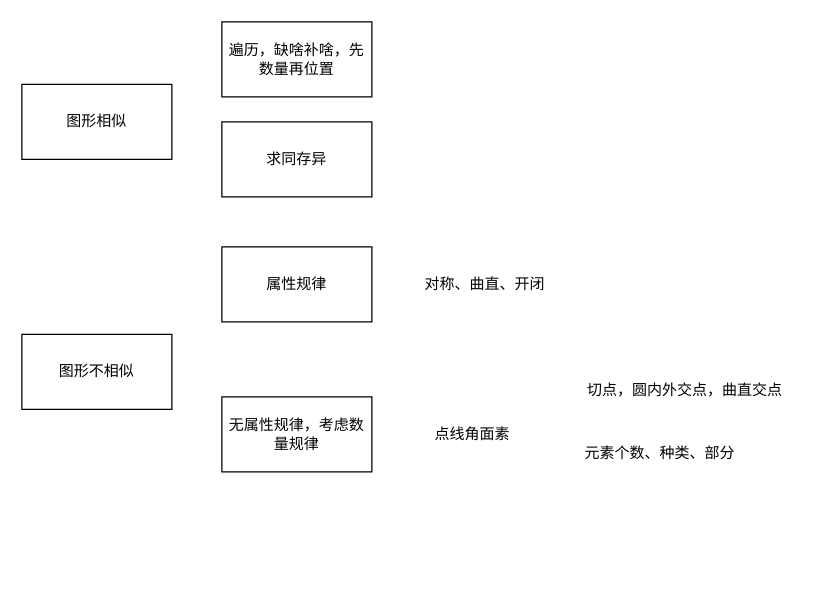
Before: 判断.drawio in cguank/gong, a draw.io diagram. Source tidied: cells renumbered, new cells numbered last; positions are measured from the earlier drawing's top-left corner, leaving out a move shared by most shapes. Both pictures are drawn from the tidied source at 125%, with x=0, y=0 at pixel (21, 21).
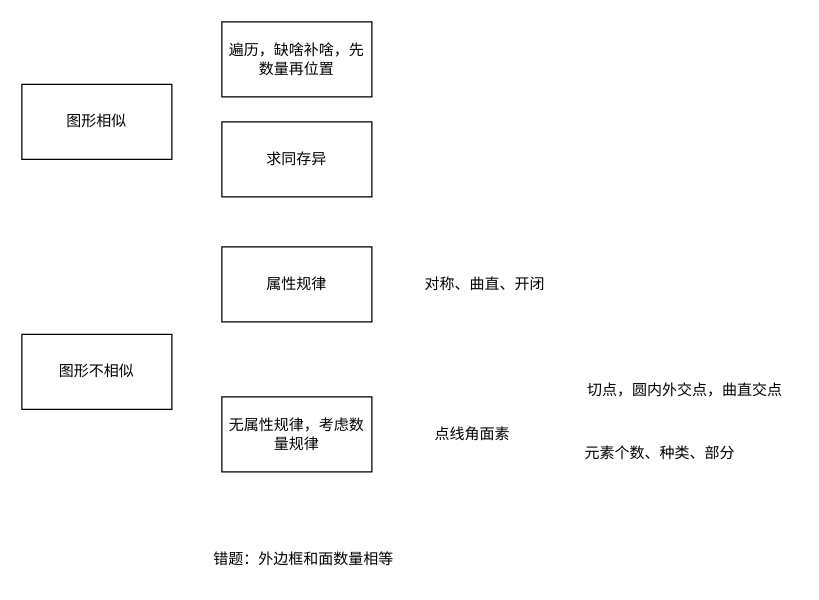
The same diagram, later.

Change to the diagram source:
```diff
@@
 <mxGraphModel>
   <root>
     <mxCell id="0" />
     <mxCell id="1" parent="0" />
     <mxCell id="2" value="图形相似" style="whiteSpace=wrap;html=1;" parent="1" vertex="1">
       <mxGeometry y="50" width="120" height="60" as="geometry" />
     </mxCell>
     <mxCell id="3" value="遍历，缺啥补啥，先数量再位置" style="whiteSpace=wrap;html=1;" parent="1" vertex="1">
       <mxGeometry x="160" width="120" height="60" as="geometry" />
     </mxCell>
     <mxCell id="4" value="求同存异" style="whiteSpace=wrap;html=1;" parent="1" vertex="1">
       <mxGeometry x="160" y="80" width="120" height="60" as="geometry" />
     </mxCell>
     <mxCell id="5" value="图形不相似" style="whiteSpace=wrap;html=1;" parent="1" vertex="1">
       <mxGeometry y="250" width="120" height="60" as="geometry" />
     </mxCell>
     <mxCell id="6" value="属性规律" style="whiteSpace=wrap;html=1;" parent="1" vertex="1">
       <mxGeometry x="160" y="180" width="120" height="60" as="geometry" />
     </mxCell>
     <mxCell id="7" value="对称、曲直、开闭" style="text;html=1;align=center;verticalAlign=middle;strokeColor=none;fillColor=none;" parent="1" vertex="1">
       <mxGeometry x="310" y="195" width="120" height="30" as="geometry" />
     </mxCell>
     <mxCell id="8" value="无属性规律，考虑数量规律" style="whiteSpace=wrap;html=1;" parent="1" vertex="1">
       <mxGeometry x="160" y="300" width="120" height="60" as="geometry" />
     </mxCell>
     <mxCell id="9" value="点线角面素" style="text;html=1;align=center;verticalAlign=middle;strokeColor=none;fillColor=none;" parent="1" vertex="1">
       <mxGeometry x="320" y="315" width="80" height="30" as="geometry" />
     </mxCell>
     <mxCell id="10" value="切点，圆内外交点，曲直交点" style="text;html=1;align=center;verticalAlign=middle;strokeColor=none;fillColor=none;" parent="1" vertex="1">
       <mxGeometry x="440" y="280" width="180" height="30" as="geometry" />
     </mxCell>
     <mxCell id="11" value="元素个数、种类、部分" style="text;html=1;align=center;verticalAlign=middle;strokeColor=none;fillColor=none;" parent="1" vertex="1">
       <mxGeometry x="440" y="330" width="140" height="30" as="geometry" />
     </mxCell>
+    <mxCell id="12" value="错题：外边框和面数量相等" style="text;html=1;align=center;verticalAlign=middle;strokeColor=none;fillColor=none;" parent="1" vertex="1">
+      <mxGeometry x="140" y="415" width="170" height="30" as="geometry" />
+    </mxCell>
   </root>
 </mxGraphModel>
```
